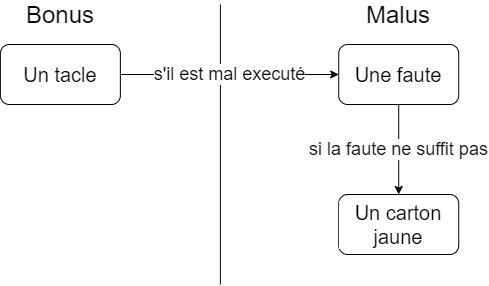
Before: doc/img/schemaPonderationDef.png, a diagram exported from draw.io (DavidPlnmr/football-prediction). Source tidied: cells renumbered, new cells last; positions are measured from the earlier drawing's top-left corner, leaving out a move shared by most shapes.
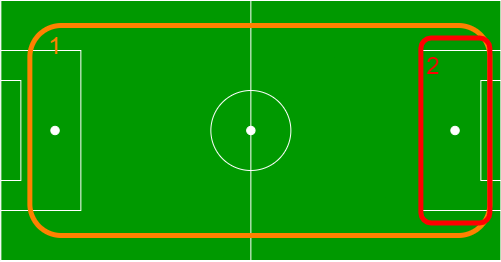
Later version of the same file.

Diff of the diagram source:
```diff
@@ -2,32 +2,53 @@
   <root>
     <mxCell id="0" />
     <mxCell id="1" parent="0" />
-    <mxCell id="2" value="&lt;font color=&quot;#000000&quot;&gt;Bonus&lt;/font&gt;" style="text;html=1;strokeColor=none;fillColor=none;align=center;verticalAlign=middle;whiteSpace=wrap;rounded=0;fontSize=24;fontColor=#FF0000;" parent="1" vertex="1">
-      <mxGeometry x="39.9" width="40" height="20" as="geometry" />
+    <mxCell id="2" style="whiteSpace=wrap;html=1;fillColor=#009900;strokeColor=#FFFFFF;" parent="1" vertex="1">
+      <mxGeometry x="282.4" y="-330" width="500" height="260" as="geometry" />
     </mxCell>
-    <mxCell id="3" value="&lt;font color=&quot;#000000&quot;&gt;Malus&lt;/font&gt;" style="text;html=1;strokeColor=none;fillColor=none;align=center;verticalAlign=middle;whiteSpace=wrap;rounded=0;fontSize=24;fontColor=#FF0000;" parent="1" vertex="1">
-      <mxGeometry x="378.2" width="40" height="20" as="geometry" />
+    <mxCell id="3" style="whiteSpace=wrap;html=1;fillColor=#009900;strokeColor=#FFFFFF;" parent="1" vertex="1">
+      <mxGeometry x="702.4" y="-280" width="80" height="160" as="geometry" />
     </mxCell>
-    <mxCell id="4" style="endArrow=none;html=1;fontSize=24;fontColor=#FF0000;" parent="1" edge="1">
-      <mxGeometry relative="1" as="geometry">
-        <mxPoint x="219.9" y="280" as="sourcePoint" />
-        <mxPoint x="219.9" as="targetPoint" />
-      </mxGeometry>
+    <mxCell id="4" style="whiteSpace=wrap;html=1;fillColor=#009900;strokeColor=#FFFFFF;" parent="1" vertex="1">
+      <mxGeometry x="282.4" y="-280" width="80" height="160" as="geometry" />
     </mxCell>
-    <mxCell id="5" value="Un tacle" style="rounded=1;whiteSpace=wrap;html=1;fontSize=20;strokeWidth=1;labelBackgroundColor=#FFFFFF;" parent="1" vertex="1">
-      <mxGeometry x="-0.1" y="40" width="120" height="60" as="geometry" />
+    <mxCell id="5" style="endArrow=none;html=1;exitX=0.5;exitY=0;exitDx=0;exitDy=0;entryX=0.5;entryY=1;entryDx=0;entryDy=0;startArrow=none;strokeColor=#FFFFFF;" parent="1" edge="1" source="6" target="2">
+      <mxGeometry relative="1" as="geometry" />
     </mxCell>
-    <mxCell id="6" value="Une faute" style="rounded=1;whiteSpace=wrap;html=1;fontSize=20;strokeWidth=1;labelBackgroundColor=#FFFFFF;" parent="1" vertex="1">
-      <mxGeometry x="338.2" y="40" width="120" height="60" as="geometry" />
+    <mxCell id="6" style="ellipse;whiteSpace=wrap;html=1;fillColor=#009900;strokeColor=#FFFFFF;" parent="1" vertex="1">
+      <mxGeometry x="492.4" y="-240" width="80" height="80" as="geometry" />
     </mxCell>
-    <mxCell id="7" value="Un carton jaune" style="rounded=1;whiteSpace=wrap;html=1;fontSize=20;strokeWidth=1;labelBackgroundColor=#FFFFFF;" parent="1" vertex="1">
-      <mxGeometry x="338.2" y="190" width="120" height="60" as="geometry" />
+    <mxCell id="7" style="endArrow=none;html=1;exitX=0.5;exitY=0;exitDx=0;exitDy=0;entryX=0.5;entryY=1;entryDx=0;entryDy=0;strokeColor=#FFFFFF;startArrow=none;" parent="1" edge="1" source="12" target="6">
+      <mxGeometry relative="1" as="geometry" />
     </mxCell>
-    <mxCell id="8" value="&lt;font style=&quot;font-size: 18px&quot;&gt;s'il est mal executé&lt;/font&gt;" style="endArrow=classic;html=1;fontSize=18;fontColor=#000000;strokeColor=#000000;exitX=1;exitY=0.5;exitDx=0;exitDy=0;entryX=0;entryY=0.5;entryDx=0;entryDy=0;" parent="1" edge="1" source="5" target="6">
-      <mxGeometry relative="1" as="geometry" />
+    <mxCell id="8" style="whiteSpace=wrap;html=1;fillColor=#009900;strokeColor=#FFFFFF;" parent="1" vertex="1">
+      <mxGeometry x="762.4" y="-250" width="20" height="100" as="geometry" />
     </mxCell>
-    <mxCell id="9" value="&lt;font style=&quot;font-size: 18px&quot;&gt;si la faute ne suffit pas&lt;/font&gt;" style="endArrow=classic;html=1;fontSize=18;fontColor=#000000;strokeColor=#000000;exitX=0.5;exitY=1;exitDx=0;exitDy=0;entryX=0.5;entryY=0;entryDx=0;entryDy=0;" parent="1" edge="1" source="6" target="7">
-      <mxGeometry relative="1" as="geometry" />
+    <mxCell id="9" style="whiteSpace=wrap;html=1;fillColor=#009900;strokeColor=#FFFFFF;" parent="1" vertex="1">
+      <mxGeometry x="282.4" y="-250" width="20" height="100" as="geometry" />
     </mxCell>
+    <mxCell id="10" style="ellipse;whiteSpace=wrap;html=1;strokeColor=#FFFFFF;fillColor=#FFFFFF;" parent="1" vertex="1">
+      <mxGeometry x="732.4" y="-204.2" width="8.4" height="8.4" as="geometry" />
+    </mxCell>
+    <mxCell id="11" style="ellipse;whiteSpace=wrap;html=1;strokeColor=#FFFFFF;fillColor=#FFFFFF;" parent="1" vertex="1">
+      <mxGeometry x="332.4" y="-204.2" width="8.4" height="8.4" as="geometry" />
+    </mxCell>
+    <mxCell id="12" style="ellipse;whiteSpace=wrap;html=1;strokeColor=#FFFFFF;fillColor=#FFFFFF;" parent="1" vertex="1">
+      <mxGeometry x="528.2" y="-204.2" width="8.4" height="8.4" as="geometry" />
+    </mxCell>
+    <mxCell id="13" style="endArrow=none;html=1;exitX=0.5;exitY=0;exitDx=0;exitDy=0;entryX=0.5;entryY=1;entryDx=0;entryDy=0;strokeColor=#FFFFFF;" parent="1" edge="1" source="2" target="12">
+      <mxGeometry relative="1" as="geometry" />
+    </mxCell>
+    <mxCell id="14" style="rounded=1;whiteSpace=wrap;html=1;strokeWidth=5;fillColor=none;fontColor=#FF8000;strokeColor=#FF8000;" parent="1" vertex="1">
+      <mxGeometry x="311.4" y="-305" width="460" height="210" as="geometry" />
+    </mxCell>
+    <mxCell id="15" value="1&lt;font style=&quot;font-size: 24px;&quot;&gt;&lt;br style=&quot;font-size: 24px;&quot;&gt;&lt;/font&gt;" style="text;html=1;strokeColor=none;fillColor=none;align=center;verticalAlign=middle;whiteSpace=wrap;rounded=0;fontSize=24;labelBorderColor=none;fontColor=#FF8000;" parent="1" vertex="1">
+      <mxGeometry x="310.7" y="-300" width="51.6" height="30" as="geometry" />
+    </mxCell>
+    <mxCell id="16" style="rounded=1;whiteSpace=wrap;html=1;strokeWidth=5;fillColor=none;strokeColor=#FF0000;" parent="1" vertex="1">
+      <mxGeometry x="702.4" y="-292.5" width="69" height="185" as="geometry" />
+    </mxCell>
+    <mxCell id="17" value="&lt;font style=&quot;font-size: 24px&quot;&gt;2&lt;br style=&quot;font-size: 24px&quot;&gt;&lt;/font&gt;" style="text;html=1;strokeColor=none;fillColor=none;align=center;verticalAlign=middle;whiteSpace=wrap;rounded=0;fontSize=24;labelBorderColor=none;fontColor=#FF0000;" parent="1" vertex="1">
+      <mxGeometry x="689.1" y="-280" width="51.6" height="30" as="geometry" />
+    </mxCell>
   </root>
 </mxGraphModel>
```
